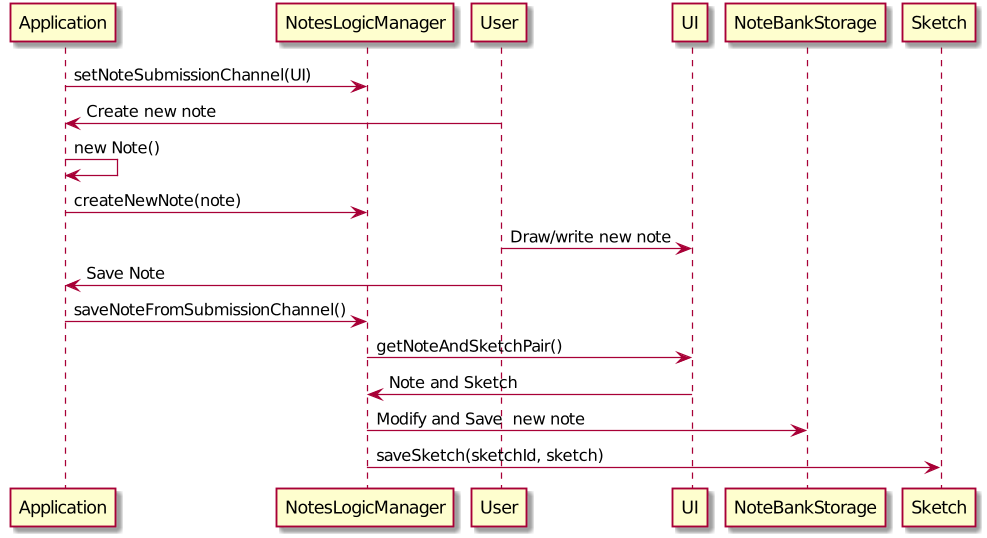
Above: docs/images/developerguide/NoteSavingSequence.png in nus-cs2103-AY1920S1/addressbook-level3 (PlantUML), before the change. Source of this version:
```plantuml
@startuml
Application -> NotesLogicManager: setNoteSubmissionChannel(UI)
User -> Application: Create new note
Application -> Application: new Note()
Application -> NotesLogicManager: createNewNote(note)
User -> UI: Draw/write new note
User -> Application: Save Note
Application -> NotesLogicManager: saveNoteFromSubmissionChannel()
NotesLogicManager -> UI: getNoteAndSketchPair()
UI -> NotesLogicManager: Note and Sketch
NotesLogicManager -> NoteBankStorage: Modify and Save  new note
NotesLogicManager -> Sketch: saveSketch(sketchId, sketch)
@enduml
```
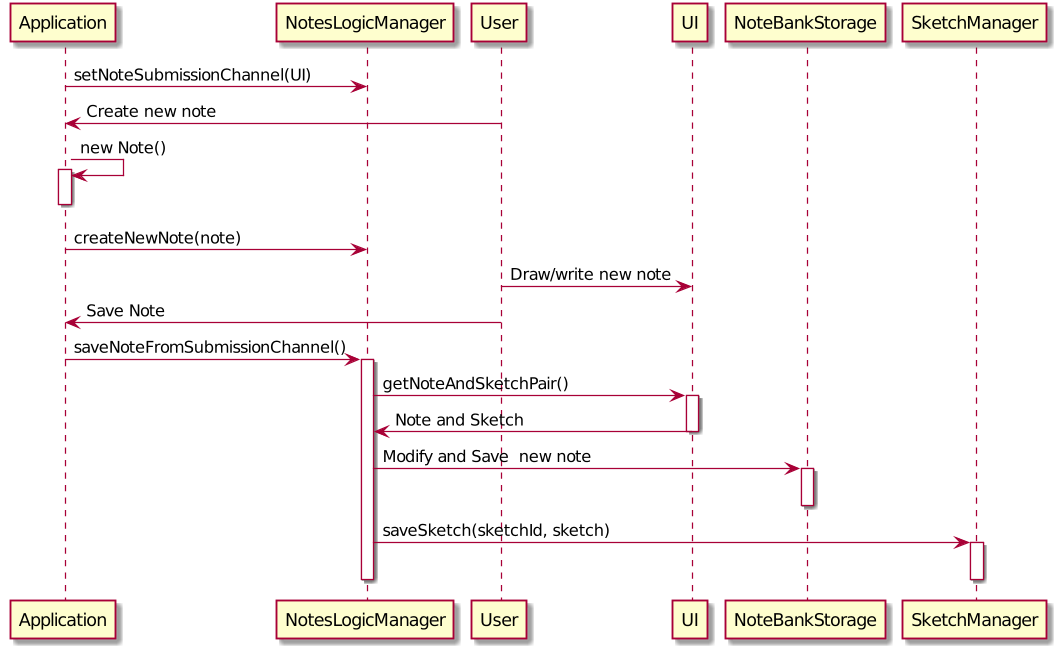
The same diagram one commit later.

Commit message:
Added activation bars to sequence diagrams

Diff of the diagram source:
```diff
@@ -2,12 +2,22 @@
 Application -> NotesLogicManager: setNoteSubmissionChannel(UI)
 User -> Application: Create new note
 Application -> Application: new Note()
+activate Application
+deactivate Application
 Application -> NotesLogicManager: createNewNote(note)
 User -> UI: Draw/write new note
 User -> Application: Save Note
 Application -> NotesLogicManager: saveNoteFromSubmissionChannel()
+activate NotesLogicManager
 NotesLogicManager -> UI: getNoteAndSketchPair()
+activate UI
 UI -> NotesLogicManager: Note and Sketch
+deactivate UI
 NotesLogicManager -> NoteBankStorage: Modify and Save  new note
-NotesLogicManager -> Sketch: saveSketch(sketchId, sketch)
+activate NoteBankStorage
+deactivate NoteBankStorage
+NotesLogicManager -> SketchManager: saveSketch(sketchId, sketch)
+activate SketchManager
+deactivate SketchManager
+deactivate NotesLogicManager
 @enduml
```
